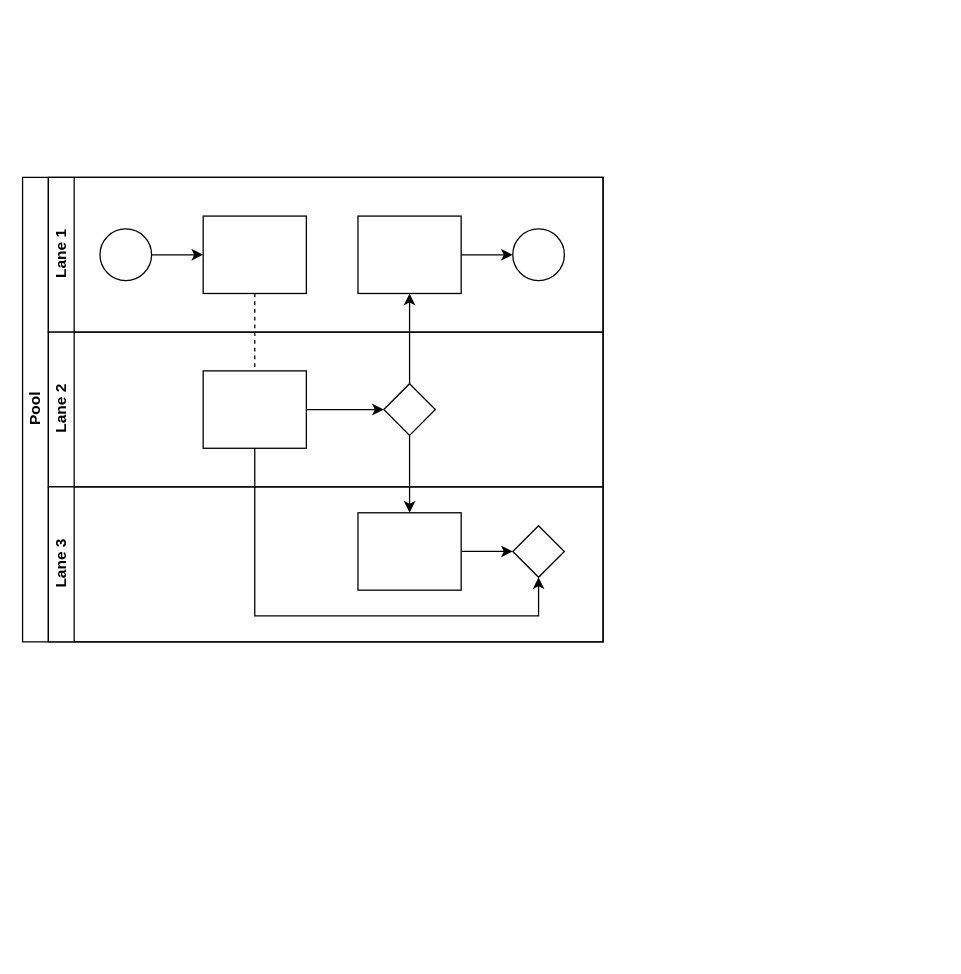
The draw.io diagram CSBS-basic.drawio in PlanckerLabs/CSBS, before the edit. Source tidied: cells renumbered, new cells numbered last; positions are measured from the earlier drawing's top-left corner, leaving out a move shared by most shapes. Both pictures are drawn from the tidied source at 129%, with x=0, y=0 at pixel (22, 177).
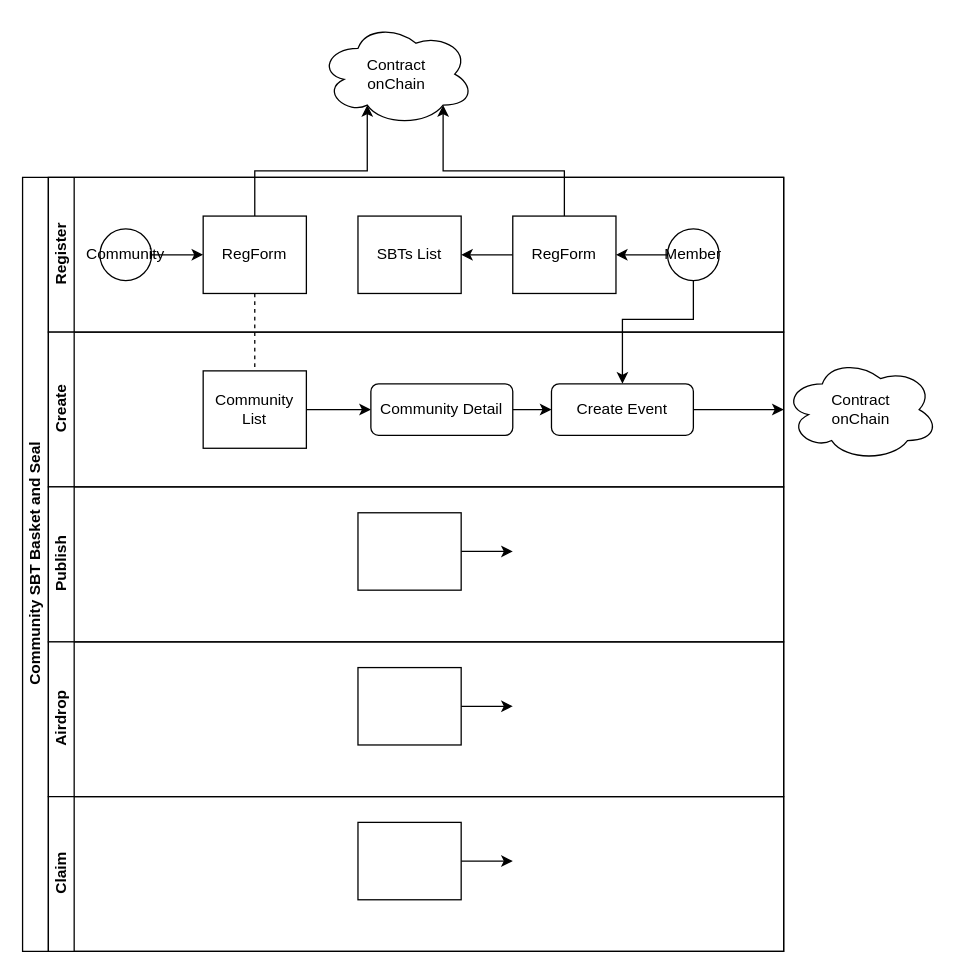
The same page after the edit.

The change refers to these unchanged cells:
```xml
<mxCell id="20" style="rounded=0;whiteSpace=wrap;html=1;fontFamily=Helvetica;fontSize=12;fontColor=#000000;align=center;" parent="18" vertex="1">
  <mxGeometry x="240" y="20" width="80" height="60" as="geometry" />
</mxCell>
```

Change to the diagram source:
```diff
@@
-    <mxCell id="2" value="Pool" style="swimlane;html=1;horizontal=0;startSize=20;" parent="1" vertex="1">
-      <mxGeometry width="450" height="360" as="geometry" />
+    <mxCell id="2" value="Community SBT Basket and Seal" style="swimlane;html=1;horizontal=0;startSize=20;" parent="1" vertex="1">
+      <mxGeometry width="590" height="600" as="geometry" />
     </mxCell>
@@
-    <mxCell id="4" style="edgeStyle=orthogonalEdgeStyle;rounded=0;jettySize=auto;html=1;endArrow=classic;endFill=1;" parent="2" edge="1" source="17" target="12">
-      <mxGeometry relative="1" as="geometry" />
-    </mxCell>
-    <mxCell id="5" style="edgeStyle=orthogonalEdgeStyle;rounded=0;jettySize=auto;html=1;endArrow=classic;endFill=1;" parent="2" edge="1" source="17" target="20">
-      <mxGeometry relative="1" as="geometry" />
-    </mxCell>
-    <mxCell id="6" style="edgeStyle=orthogonalEdgeStyle;rounded=0;jettySize=auto;html=1;endArrow=classic;endFill=1;" parent="2" edge="1" source="16" target="21">
-      <mxGeometry relative="1" as="geometry">
-        <Array as="points">
-          <mxPoint x="180" y="340" />
-          <mxPoint x="400" y="340" />
-        </Array>
-      </mxGeometry>
-    </mxCell>
-    <mxCell id="7" value="Lane 1" style="swimlane;html=1;startSize=20;horizontal=0;" parent="2" vertex="1">
-      <mxGeometry x="20" width="430" height="120" as="geometry" />
+    <mxCell id="7" value="Register" style="swimlane;html=1;startSize=20;horizontal=0;" parent="2" vertex="1">
+      <mxGeometry x="20" width="570" height="120" as="geometry" />
     </mxCell>
@@
-    <mxCell id="9" style="ellipse;whiteSpace=wrap;html=1;" parent="7" vertex="1">
+    <mxCell id="9" value="Community" style="ellipse;whiteSpace=wrap;html=1;shadow=0;" parent="7" vertex="1">
       <mxGeometry x="40" y="40" width="40" height="40" as="geometry" />
     </mxCell>
-    <mxCell id="10" style="rounded=0;whiteSpace=wrap;html=1;fontFamily=Helvetica;fontSize=12;fontColor=#000000;align=center;" parent="7" vertex="1">
+    <mxCell id="10" value="RegForm" style="rounded=0;whiteSpace=wrap;html=1;fontFamily=Helvetica;fontSize=12;fontColor=#000000;align=center;" parent="7" vertex="1">
       <mxGeometry x="120" y="30" width="80" height="60" as="geometry" />
     </mxCell>
-    <mxCell id="11" style="edgeStyle=orthogonalEdgeStyle;rounded=0;jettySize=auto;html=1;endArrow=classic;endFill=1;" parent="7" edge="1" source="12" target="13">
-      <mxGeometry relative="1" as="geometry" />
-    </mxCell>
-    <mxCell id="12" style="rounded=0;whiteSpace=wrap;html=1;fontFamily=Helvetica;fontSize=12;fontColor=#000000;align=center;" parent="7" vertex="1">
+    <mxCell id="12" value="SBTs List" style="rounded=0;whiteSpace=wrap;html=1;fontFamily=Helvetica;fontSize=12;fontColor=#000000;align=center;" parent="7" vertex="1">
       <mxGeometry x="240" y="30" width="80" height="60" as="geometry" />
     </mxCell>
+    <mxCell id="22" style="edgeStyle=orthogonalEdgeStyle;rounded=0;jettySize=auto;html=1;" parent="7" edge="1" source="13" target="24">
+      <mxGeometry relative="1" as="geometry" />
+    </mxCell>
-    <mxCell id="13" style="ellipse;whiteSpace=wrap;html=1;" parent="7" vertex="1">
-      <mxGeometry x="360" y="40" width="40" height="40" as="geometry" />
+    <mxCell id="13" value="Member" style="ellipse;whiteSpace=wrap;html=1;" parent="7" vertex="1">
+      <mxGeometry x="480" y="40" width="40" height="40" as="geometry" />
     </mxCell>
+    <mxCell id="23" style="edgeStyle=orthogonalEdgeStyle;rounded=0;jettySize=auto;html=1;" parent="7" edge="1" source="24" target="12">
+      <mxGeometry relative="1" as="geometry" />
+    </mxCell>
+    <mxCell id="24" value="RegForm" style="rounded=0;whiteSpace=wrap;html=1;fontFamily=Helvetica;fontSize=12;fontColor=#000000;align=center;" parent="7" vertex="1">
+      <mxGeometry x="360" y="30" width="80" height="60" as="geometry" />
+    </mxCell>
-    <mxCell id="14" value="Lane 2" style="swimlane;html=1;startSize=20;horizontal=0;" parent="2" vertex="1">
-      <mxGeometry x="20" y="120" width="430" height="120" as="geometry" />
+    <mxCell id="14" value="Create&lt;br&gt;" style="swimlane;html=1;startSize=20;horizontal=0;" parent="2" vertex="1">
+      <mxGeometry x="20" y="120" width="570" height="120" as="geometry" />
     </mxCell>
-    <mxCell id="15" style="edgeStyle=orthogonalEdgeStyle;rounded=0;jettySize=auto;html=1;endArrow=classic;endFill=1;" parent="14" edge="1" source="16" target="17">
-      <mxGeometry relative="1" as="geometry" />
-    </mxCell>
+    <mxCell id="25" style="edgeStyle=orthogonalEdgeStyle;rounded=0;jettySize=auto;html=1;" parent="14" edge="1" source="16" target="27">
+      <mxGeometry relative="1" as="geometry" />
+    </mxCell>
-    <mxCell id="16" style="rounded=0;whiteSpace=wrap;html=1;fontFamily=Helvetica;fontSize=12;fontColor=#000000;align=center;" parent="14" vertex="1">
+    <mxCell id="16" value="Community List" style="rounded=0;whiteSpace=wrap;html=1;fontFamily=Helvetica;fontSize=12;fontColor=#000000;align=center;" parent="14" vertex="1">
       <mxGeometry x="120" y="30" width="80" height="60" as="geometry" />
     </mxCell>
-    <mxCell id="17" style="rhombus;whiteSpace=wrap;html=1;fontFamily=Helvetica;fontSize=12;fontColor=#000000;align=center;" parent="14" vertex="1">
-      <mxGeometry x="260" y="40" width="40" height="40" as="geometry" />
-    </mxCell>
+    <mxCell id="26" style="edgeStyle=orthogonalEdgeStyle;rounded=0;jettySize=auto;html=1;" parent="14" edge="1" source="27" target="28">
+      <mxGeometry relative="1" as="geometry" />
+    </mxCell>
+    <mxCell id="27" value="Community Detail" style="rounded=1;whiteSpace=wrap;html=1;shadow=0;" parent="14" vertex="1">
+      <mxGeometry x="250" y="40" width="110" height="40" as="geometry" />
+    </mxCell>
+    <mxCell id="28" value="Create Event" style="rounded=1;whiteSpace=wrap;html=1;shadow=0;" parent="14" vertex="1">
+      <mxGeometry x="390" y="40" width="110" height="40" as="geometry" />
+    </mxCell>
+    <mxCell id="29" value="Publish" style="swimlane;html=1;startSize=20;horizontal=0;" parent="2" vertex="1">
+      <mxGeometry x="20" y="240" width="570" height="120" as="geometry" />
+    </mxCell>
+    <mxCell id="30" style="edgeStyle=orthogonalEdgeStyle;rounded=0;jettySize=auto;html=1;endArrow=classic;endFill=1;" parent="29" edge="1" source="31">
+      <mxGeometry relative="1" as="geometry">
+        <mxPoint x="360" y="50" as="targetPoint" />
+      </mxGeometry>
+    </mxCell>
+    <mxCell id="31" style="rounded=0;whiteSpace=wrap;html=1;fontFamily=Helvetica;fontSize=12;fontColor=#000000;align=center;" parent="29" vertex="1">
+      <mxGeometry x="240" y="20" width="80" height="60" as="geometry" />
+    </mxCell>
+    <mxCell id="32" value="Airdrop" style="swimlane;html=1;startSize=20;horizontal=0;" parent="2" vertex="1">
+      <mxGeometry x="20" y="360" width="570" height="120" as="geometry" />
+    </mxCell>
+    <mxCell id="33" style="edgeStyle=orthogonalEdgeStyle;rounded=0;jettySize=auto;html=1;endArrow=classic;endFill=1;" parent="32" edge="1" source="34">
+      <mxGeometry relative="1" as="geometry">
+        <mxPoint x="360" y="50" as="targetPoint" />
+      </mxGeometry>
+    </mxCell>
+    <mxCell id="34" style="rounded=0;whiteSpace=wrap;html=1;fontFamily=Helvetica;fontSize=12;fontColor=#000000;align=center;" parent="32" vertex="1">
+      <mxGeometry x="240" y="20" width="80" height="60" as="geometry" />
+    </mxCell>
-    <mxCell id="18" value="Lane 3" style="swimlane;html=1;startSize=20;horizontal=0;" parent="2" vertex="1">
-      <mxGeometry x="20" y="240" width="430" height="120" as="geometry" />
+    <mxCell id="18" value="Claim" style="swimlane;html=1;startSize=20;horizontal=0;" parent="2" vertex="1">
+      <mxGeometry x="20" y="480" width="570" height="120" as="geometry" />
     </mxCell>
-    <mxCell id="19" style="edgeStyle=orthogonalEdgeStyle;rounded=0;jettySize=auto;html=1;endArrow=classic;endFill=1;" parent="18" edge="1" source="20" target="21">
-      <mxGeometry relative="1" as="geometry" />
+    <mxCell id="19" style="edgeStyle=orthogonalEdgeStyle;rounded=0;jettySize=auto;html=1;endArrow=classic;endFill=1;" parent="18" edge="1" source="20">
+      <mxGeometry relative="1" as="geometry">
+        <mxPoint x="360" y="50" as="targetPoint" />
+      </mxGeometry>
     </mxCell>
@@
-    <mxCell id="21" style="rhombus;whiteSpace=wrap;html=1;fontFamily=Helvetica;fontSize=12;fontColor=#000000;align=center;" parent="18" vertex="1">
-      <mxGeometry x="360" y="30" width="40" height="40" as="geometry" />
-    </mxCell>
+    <mxCell id="35" style="edgeStyle=orthogonalEdgeStyle;rounded=0;jettySize=auto;html=1;" parent="2" edge="1" source="13" target="28">
+      <mxGeometry relative="1" as="geometry">
+        <Array as="points">
+          <mxPoint x="520" y="110" />
+          <mxPoint x="465" y="110" />
+        </Array>
+      </mxGeometry>
+    </mxCell>
+    <mxCell id="36" value="Contract&lt;br&gt;onChain" style="ellipse;shape=cloud;whiteSpace=wrap;html=1;shadow=0;" parent="1" vertex="1">
+      <mxGeometry x="590" y="140" width="120" height="80" as="geometry" />
+    </mxCell>
+    <mxCell id="37" style="edgeStyle=orthogonalEdgeStyle;rounded=0;jettySize=auto;html=1;" parent="1" edge="1" source="28" target="36">
+      <mxGeometry relative="1" as="geometry" />
+    </mxCell>
+    <mxCell id="38" value="Contract&lt;br&gt;onChain" style="ellipse;shape=cloud;whiteSpace=wrap;html=1;shadow=0;" parent="1" vertex="1">
+      <mxGeometry x="230" y="-120" width="120" height="80" as="geometry" />
+    </mxCell>
+    <mxCell id="39" style="edgeStyle=orthogonalEdgeStyle;rounded=0;jettySize=auto;html=1;exitX=0.5;exitY=0;exitDx=0;exitDy=0;entryX=0.31;entryY=0.8;entryDx=0;entryDy=0;entryPerimeter=0;" parent="1" edge="1" source="10" target="38">
+      <mxGeometry relative="1" as="geometry" />
+    </mxCell>
+    <mxCell id="40" style="edgeStyle=orthogonalEdgeStyle;rounded=0;jettySize=auto;html=1;exitX=0.5;exitY=0;exitDx=0;exitDy=0;entryX=0.8;entryY=0.8;entryDx=0;entryDy=0;entryPerimeter=0;" parent="1" edge="1" source="24" target="38">
+      <mxGeometry relative="1" as="geometry" />
+    </mxCell>
```
